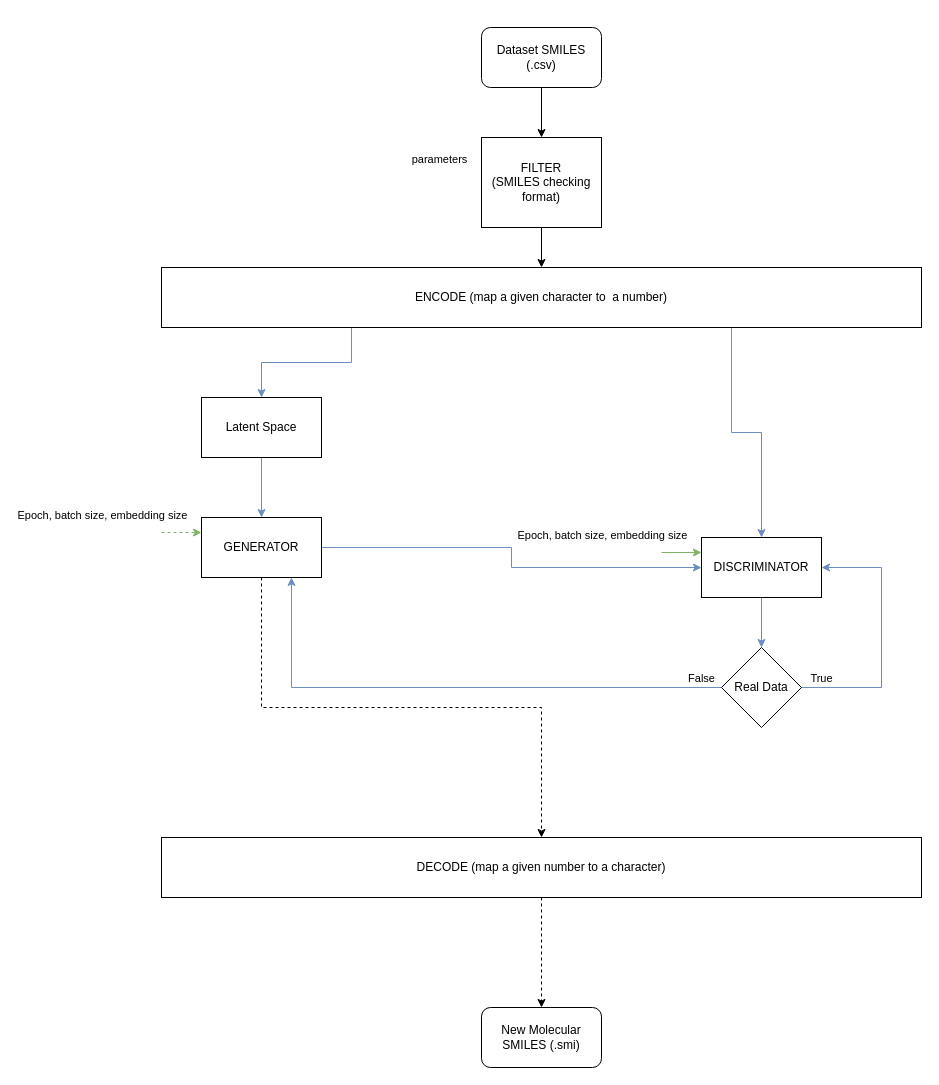
This is GAN.drawio from tahiri-lab/QSAR, a draw.io file, before an edit. Source tidied: cells renumbered, new cells numbered last; positions are measured from the earlier drawing's top-left corner, leaving out a move shared by most shapes. Both pictures are drawn from the tidied source at 100%, with x=0, y=0 at pixel (161, 27).
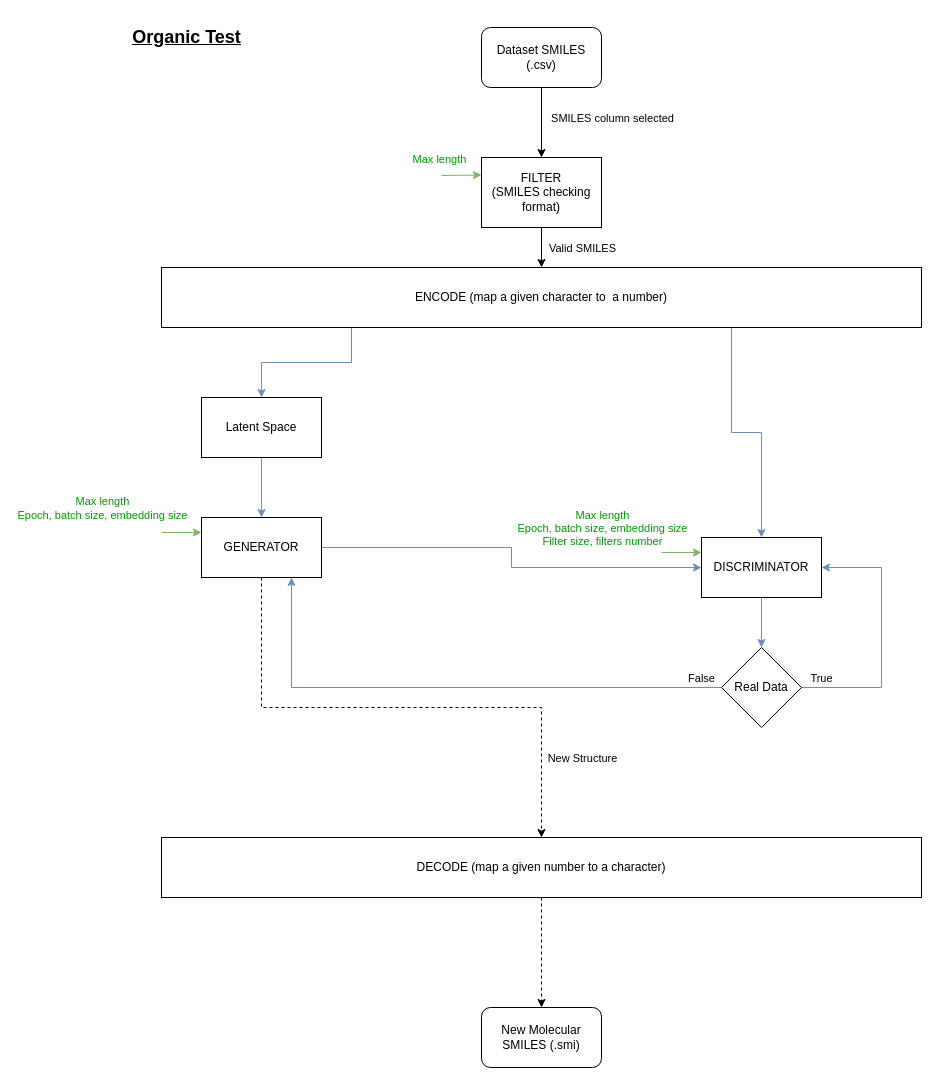
Above is the later version.

Commit message:
Mettre à jour GAN.drawio

The change refers to these unchanged cells:
```xml
<mxCell id="4" style="edgeStyle=orthogonalEdgeStyle;rounded=0;jettySize=auto;html=1;exitX=0.5;exitY=1;exitDx=0;exitDy=0;entryX=0.5;entryY=0;entryDx=0;entryDy=0;" parent="1" edge="1" source="5" target="3">
  <mxGeometry relative="1" as="geometry" />
</mxCell>
<mxCell id="12" style="edgeStyle=orthogonalEdgeStyle;rounded=0;jettySize=auto;html=1;exitX=0.5;exitY=1;exitDx=0;exitDy=0;dashed=1;" parent="1" edge="1" source="13" target="22">
  <mxGeometry relative="1" as="geometry" />
</mxCell>
<mxCell id="13" value="GENERATOR" style="rounded=0;whiteSpace=wrap;html=1;" parent="1" vertex="1">
  <mxGeometry x="40" y="490" width="120" height="60" as="geometry" />
</mxCell>
```

Diff of the diagram source:
```diff
@@
     <mxCell id="3" value="FILTER&lt;br&gt;(SMILES checking format)" style="rounded=0;whiteSpace=wrap;html=1;" parent="1" vertex="1">
-      <mxGeometry x="320" y="110" width="120" height="90" as="geometry" />
+      <mxGeometry x="320" y="130" width="120" height="70" as="geometry" />
     </mxCell>
@@
+    <mxCell id="29" value="SMILES column selected" style="edgeLabel;html=1;align=center;verticalAlign=middle;" parent="4" vertex="1">
+      <mxGeometry x="-0.17" y="-1" relative="1" as="geometry">
+        <mxPoint x="71" y="1" as="offset" />
+      </mxGeometry>
+    </mxCell>
@@
+    <mxCell id="30" value="New Structure" style="edgeLabel;html=1;align=center;verticalAlign=middle;" parent="12" vertex="1">
+      <mxGeometry x="0.76" y="-2" relative="1" as="geometry">
+        <mxPoint x="42" y="-15" as="offset" />
+      </mxGeometry>
+    </mxCell>
@@
-    <mxCell id="25" style="endArrow=classic;html=1;rounded=0;entryX=0;entryY=0.25;entryDx=0;entryDy=0;fillColor=#d5e8d4;strokeColor=#82b366;dashed=1;" parent="1" edge="1" target="13">
+    <mxCell id="25" style="endArrow=classic;html=1;rounded=0;entryX=0;entryY=0.25;entryDx=0;entryDy=0;fillColor=#d5e8d4;strokeColor=#82b366;" parent="1" edge="1" target="13">
       <mxGeometry relative="1" as="geometry">
         <mxPoint y="505" as="sourcePoint" />
       </mxGeometry>
     </mxCell>
-    <mxCell id="26" value="&lt;br&gt;Epoch, batch size, embedding size" style="edgeLabel;html=1;align=center;verticalAlign=middle;" parent="25" vertex="1">
+    <mxCell id="26" value="Max length&lt;br&gt;Epoch, batch size, embedding size" style="edgeLabel;html=1;align=center;verticalAlign=middle;fontColor=#009900;" parent="25" vertex="1">
       <mxGeometry x="0.05" y="-1" relative="1" as="geometry">
         <mxPoint x="-81" y="-26" as="offset" />
       </mxGeometry>
     </mxCell>
-    <mxCell id="27" value="parameters" style="edgeLabel;html=1;align=center;verticalAlign=middle;" parent="1" vertex="1">
+    <mxCell id="27" value="Max length" style="edgeLabel;html=1;align=center;verticalAlign=middle;fontColor=#009900;" parent="1" vertex="1">
       <mxGeometry y="410" as="geometry">
         <mxPoint x="277" y="-279" as="offset" />
       </mxGeometry>
     </mxCell>
-    <mxCell id="28" value="&lt;br&gt;Epoch, batch size, embedding size" style="edgeLabel;html=1;align=center;verticalAlign=middle;" parent="1" vertex="1">
+    <mxCell id="28" value="Max length&lt;br&gt;Epoch, batch size, embedding size&lt;br&gt;Filter size, filters number" style="edgeLabel;html=1;align=center;verticalAlign=middle;fontColor=#009900;" parent="1" vertex="1">
       <mxGeometry x="440" y="500" as="geometry" />
     </mxCell>
+    <mxCell id="31" style="endArrow=classic;html=1;rounded=0;entryX=0;entryY=0.25;entryDx=0;entryDy=0;fillColor=#d5e8d4;strokeColor=#82b366;" parent="1" edge="1" target="3">
+      <mxGeometry relative="1" as="geometry">
+        <mxPoint x="280" y="148" as="sourcePoint" />
+      </mxGeometry>
+    </mxCell>
+    <mxCell id="32" value="&lt;font size=&quot;1&quot; style=&quot;&quot;&gt;&lt;b style=&quot;&quot;&gt;&lt;u style=&quot;font-size: 18px;&quot;&gt;Organic Test&lt;/u&gt;&lt;/b&gt;&lt;/font&gt;" style="text;html=1;align=center;verticalAlign=middle;strokeColor=none;fillColor=none;strokeWidth=1;" parent="1" vertex="1">
+      <mxGeometry x="-40" y="-10" width="130" height="40" as="geometry" />
+    </mxCell>
+    <mxCell id="33" value="Valid SMILES" style="edgeLabel;html=1;align=center;verticalAlign=middle;" parent="1" vertex="1">
+      <mxGeometry x="420" y="220" as="geometry" />
+    </mxCell>
```
